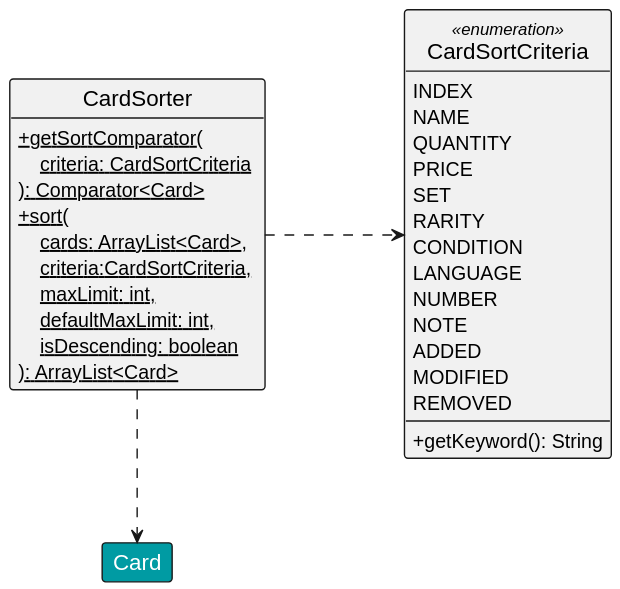
Above: docs/images/CardSorterClassDiagram.svg in HX2003/tp (PlantUML), before the change. The source it was exported from:
```plantuml
@startuml
!include Style.puml

skinparam linetype ortho
skinparam nodesep 100
hide empty members

class Card CARDS_COLOR_PRIMARY

class CardSorter {
  + {static} getSortComparator(\n    criteria: CardSortCriteria \n): Comparator<Card>
  + {static} sort(\n    cards: ArrayList<Card>,\n    criteria:CardSortCriteria, \n    maxLimit: int, \n    defaultMaxLimit: int,    \n    isDescending: boolean \n): ArrayList<Card>
}

CardSorter ..> Card
CardSorter .right.> CardSortCriteria

enum CardSortCriteria <<enumeration>> {
    INDEX
    NAME
    QUANTITY
    PRICE
    SET
    RARITY
    CONDITION
    LANGUAGE
    NUMBER
    NOTE
    ADDED
    MODIFIED
    REMOVED

    + getKeyword(): String
}


}
@enduml
```
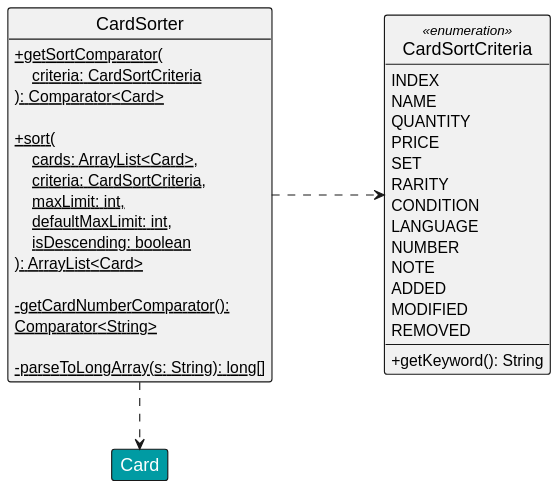
Above is the later version.

Commit message:
Improve sorting for `number` handling string with only digits and `/`

Change to the diagram source:
```diff
@@ -9,7 +9,12 @@
 
 class CardSorter {
   + {static} getSortComparator(\n    criteria: CardSortCriteria \n): Comparator<Card>
-  + {static} sort(\n    cards: ArrayList<Card>,\n    criteria:CardSortCriteria, \n    maxLimit: int, \n    defaultMaxLimit: int,    \n    isDescending: boolean \n): ArrayList<Card>
+
+  + {static} sort(\n    cards: ArrayList<Card>,\n    criteria: CardSortCriteria, \n    maxLimit: int, \n    defaultMaxLimit: int,    \n    isDescending: boolean \n): ArrayList<Card>
+
+  - {static} getCardNumberComparator():\nComparator<String>
+
+  - {static} parseToLongArray(s: String): long[]
 }
 
 CardSorter ..> Card
```
